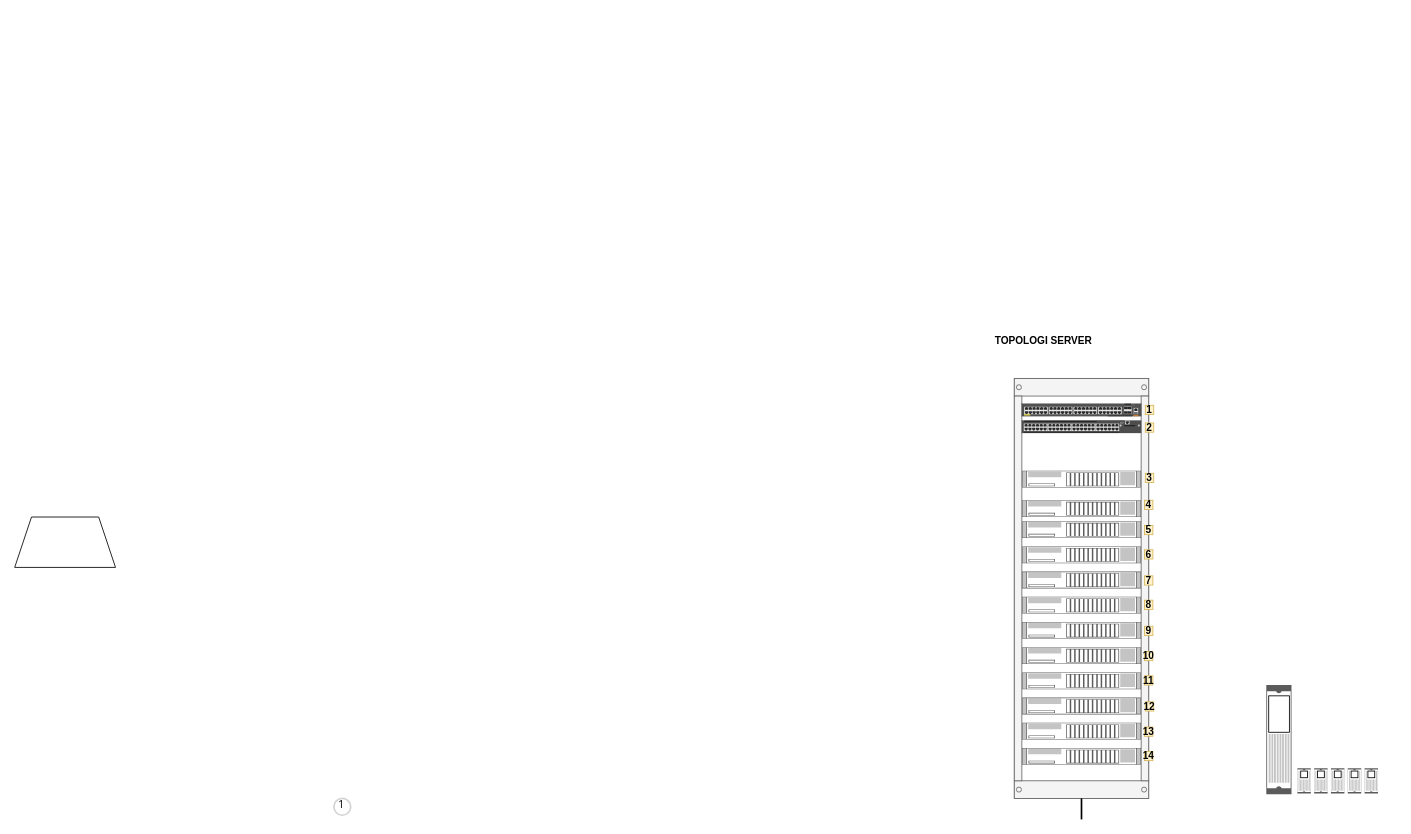
Before: bagan jaringan server.drawio in komandan/dupak, a draw.io diagram. Source tidied: cells renumbered, new cells numbered last; positions are measured from the earlier drawing's top-left corner, leaving out a move shared by most shapes. Both pictures are drawn from the tidied source at 84%, with x=0, y=0 at pixel (14, 328). Pictures stored in the file or linked from it are replaced by grey dashed boxes.
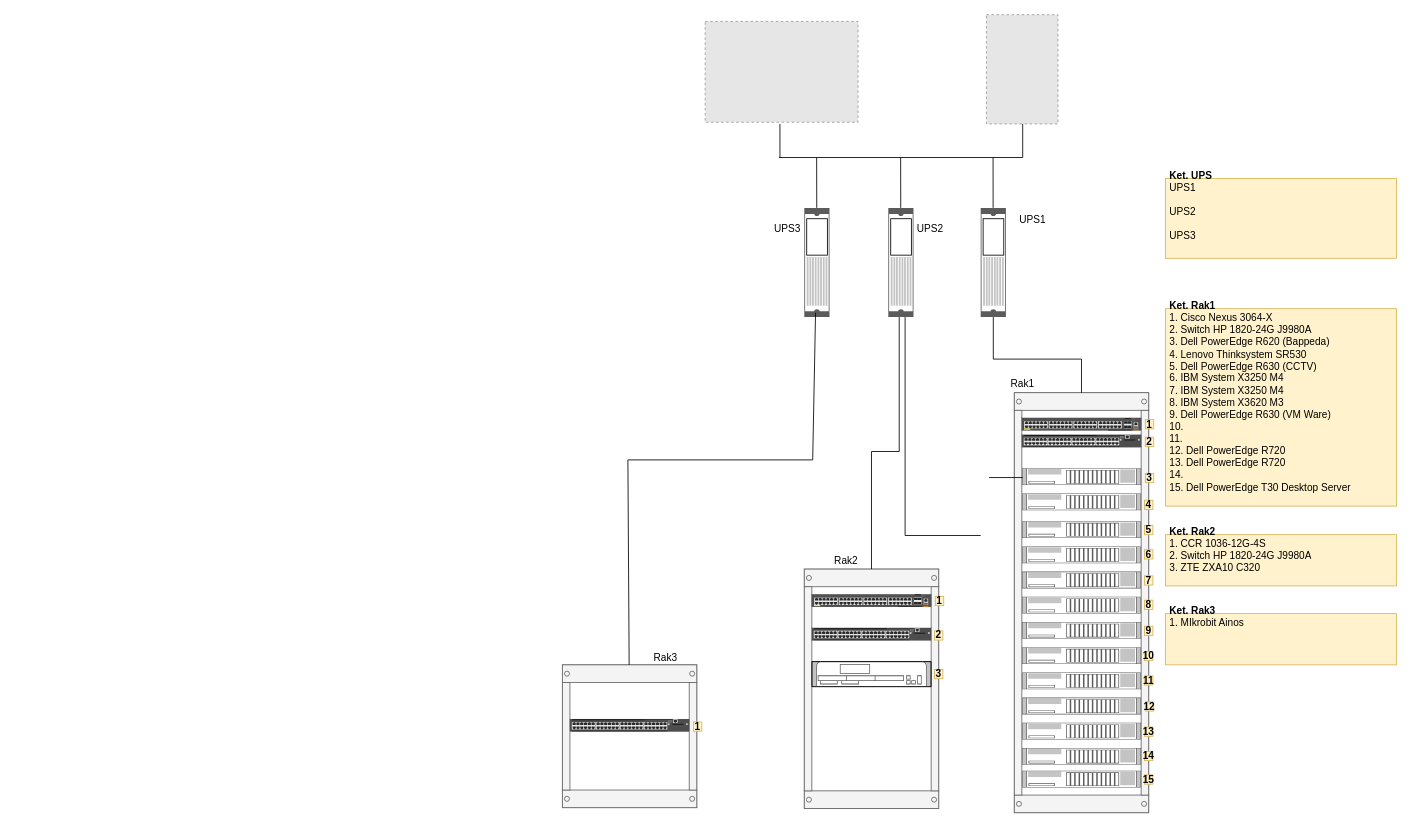
After the change.

The edit, as a diff of the source:
```diff
@@
-    <mxCell id="2" value="TOPOLOGI SERVER " style="text;html=1;strokeColor=none;fillColor=none;align=center;verticalAlign=middle;whiteSpace=wrap;rounded=0;fontStyle=1;" parent="1" vertex="1">
-      <mxGeometry x="1140" width="170" height="30" as="geometry" />
-    </mxCell>
     <mxCell id="3" style="strokeColor=#666666;html=1;verticalLabelPosition=bottom;labelBackgroundColor=#ffffff;verticalAlign=top;outlineConnect=0;shadow=0;dashed=0;shape=mxgraph.rackGeneral.container;allowGaps=1;textColor=#666666;numDisp=off;" parent="1" vertex="1">
-      <mxGeometry x="1190" y="60" width="160" height="500" as="geometry" />
+      <mxGeometry x="1190" y="77" width="160" height="500" as="geometry" />
     </mxCell>
@@
+    <mxCell id="7" style="html=1;verticalLabelPosition=bottom;verticalAlign=top;shadow=0;dashed=0;shape=mxgraph.rack.hpe_aruba.switches.jl072a_hpe_aruba_3810m_48_port_gt_1_slot_switch;" parent="3" vertex="1">
+      <mxGeometry x="9" y="50" width="142" height="15" as="geometry" />
+    </mxCell>
     <mxCell id="5" style="shape=mxgraph.rack.ibm.ibm_x3750;html=1;labelPosition=right;align=left;spacingLeft=15;dashed=0;shadow=0;fillColor=#ffffff;" parent="3" vertex="1">
-      <mxGeometry x="9" y="110" width="142" height="20" as="geometry" />
+      <mxGeometry x="9" y="90" width="142" height="20" as="geometry" />
     </mxCell>
     <mxCell id="6" style="shape=mxgraph.rack.ibm.ibm_x3750;html=1;labelPosition=right;align=left;spacingLeft=15;dashed=0;shadow=0;fillColor=#ffffff;" parent="3" vertex="1">
-      <mxGeometry x="9" y="145" width="142" height="20" as="geometry" />
+      <mxGeometry x="9" y="120" width="142" height="20" as="geometry" />
     </mxCell>
-    <mxCell id="7" style="html=1;verticalLabelPosition=bottom;verticalAlign=top;shadow=0;dashed=0;shape=mxgraph.rack.hpe_aruba.switches.jl072a_hpe_aruba_3810m_48_port_gt_1_slot_switch;" parent="3" vertex="1">
-      <mxGeometry x="9" y="50" width="142" height="15" as="geometry" />
-    </mxCell>
     <mxCell id="8" style="shape=mxgraph.rack.ibm.ibm_x3750;html=1;labelPosition=right;align=left;spacingLeft=15;dashed=0;shadow=0;fillColor=#ffffff;" parent="3" vertex="1">
-      <mxGeometry x="9" y="170" width="142" height="20" as="geometry" />
+      <mxGeometry x="9" y="153" width="142" height="20" as="geometry" />
     </mxCell>
     <mxCell id="9" style="shape=mxgraph.rack.ibm.ibm_x3750;html=1;labelPosition=right;align=left;spacingLeft=15;dashed=0;shadow=0;fillColor=#ffffff;" parent="3" vertex="1">
-      <mxGeometry x="9" y="200" width="142" height="20" as="geometry" />
+      <mxGeometry x="9" y="183" width="142" height="20" as="geometry" />
     </mxCell>
     <mxCell id="10" style="shape=mxgraph.rack.ibm.ibm_x3750;html=1;labelPosition=right;align=left;spacingLeft=15;dashed=0;shadow=0;fillColor=#ffffff;" parent="3" vertex="1">
-      <mxGeometry x="9" y="230" width="142" height="20" as="geometry" />
+      <mxGeometry x="9" y="213" width="142" height="20" as="geometry" />
     </mxCell>
     <mxCell id="11" style="shape=mxgraph.rack.ibm.ibm_x3750;html=1;labelPosition=right;align=left;spacingLeft=15;dashed=0;shadow=0;fillColor=#ffffff;" parent="3" vertex="1">
-      <mxGeometry x="9" y="260" width="142" height="20" as="geometry" />
+      <mxGeometry x="9" y="243" width="142" height="20" as="geometry" />
     </mxCell>
     <mxCell id="12" style="shape=mxgraph.rack.ibm.ibm_x3750;html=1;labelPosition=right;align=left;spacingLeft=15;dashed=0;shadow=0;fillColor=#ffffff;" parent="3" vertex="1">
-      <mxGeometry x="9" y="290" width="142" height="20" as="geometry" />
+      <mxGeometry x="9" y="273" width="142" height="20" as="geometry" />
     </mxCell>
     <mxCell id="13" style="shape=mxgraph.rack.ibm.ibm_x3750;html=1;labelPosition=right;align=left;spacingLeft=15;dashed=0;shadow=0;fillColor=#ffffff;" parent="3" vertex="1">
-      <mxGeometry x="9" y="320" width="142" height="20" as="geometry" />
+      <mxGeometry x="9" y="303" width="142" height="20" as="geometry" />
     </mxCell>
     <mxCell id="14" style="shape=mxgraph.rack.ibm.ibm_x3750;html=1;labelPosition=right;align=left;spacingLeft=15;dashed=0;shadow=0;fillColor=#ffffff;" parent="3" vertex="1">
-      <mxGeometry x="9" y="350" width="142" height="20" as="geometry" />
+      <mxGeometry x="9" y="333" width="142" height="20" as="geometry" />
     </mxCell>
     <mxCell id="15" style="shape=mxgraph.rack.ibm.ibm_x3750;html=1;labelPosition=right;align=left;spacingLeft=15;dashed=0;shadow=0;fillColor=#ffffff;" parent="3" vertex="1">
-      <mxGeometry x="9" y="380" width="142" height="20" as="geometry" />
+      <mxGeometry x="9" y="363" width="142" height="20" as="geometry" />
     </mxCell>
     <mxCell id="16" style="shape=mxgraph.rack.ibm.ibm_x3750;html=1;labelPosition=right;align=left;spacingLeft=15;dashed=0;shadow=0;fillColor=#ffffff;" parent="3" vertex="1">
-      <mxGeometry x="9" y="410" width="142" height="20" as="geometry" />
+      <mxGeometry x="9" y="393" width="142" height="20" as="geometry" />
     </mxCell>
     <mxCell id="17" style="shape=mxgraph.rack.ibm.ibm_x3750;html=1;labelPosition=right;align=left;spacingLeft=15;dashed=0;shadow=0;fillColor=#ffffff;" parent="3" vertex="1">
-      <mxGeometry x="9" y="440" width="142" height="20" as="geometry" />
+      <mxGeometry x="9" y="423" width="142" height="20" as="geometry" />
     </mxCell>
+    <mxCell id="41" style="shape=mxgraph.rack.ibm.ibm_x3750;html=1;labelPosition=right;align=left;spacingLeft=15;dashed=0;shadow=0;fillColor=#ffffff;" parent="3" vertex="1">
+      <mxGeometry x="9" y="450" width="142" height="20" as="geometry" />
+    </mxCell>
     <mxCell id="18" value="1" style="text;html=1;strokeColor=#d6b656;fillColor=#fff2cc;align=center;verticalAlign=middle;whiteSpace=wrap;rounded=0;fontStyle=1;" parent="1" vertex="1">
-      <mxGeometry x="1346" y="92" width="10" height="11" as="geometry" />
+      <mxGeometry x="1346" y="109" width="10" height="11" as="geometry" />
     </mxCell>
     <mxCell id="19" value="&lt;div&gt;2&lt;/div&gt;" style="text;html=1;strokeColor=#d6b656;fillColor=#fff2cc;align=center;verticalAlign=middle;whiteSpace=wrap;rounded=0;fontStyle=1;" parent="1" vertex="1">
-      <mxGeometry x="1346" y="113" width="10" height="11" as="geometry" />
+      <mxGeometry x="1346" y="130" width="10" height="11" as="geometry" />
     </mxCell>
@@
-    <mxCell id="32" value="1" style="ellipse;whiteSpace=wrap;html=1;strokeWidth=2;fontFamily=Tahoma;spacingBottom=4;spacingRight=2;strokeColor=#d3d3d3;" parent="1" vertex="1">
-      <mxGeometry x="380" y="560" width="20" height="20" as="geometry" />
-    </mxCell>
     <mxCell id="33" style="shape=mxgraph.rack.apc.apc_smart_ups_1000-3000_va_2u;html=1;labelPosition=right;align=left;spacingLeft=15;dashed=0;shadow=0;fillColor=#ffffff;rotation=-90;" parent="1" vertex="1">
-      <mxGeometry x="1440" y="475" width="130" height="30" as="geometry" />
+      <mxGeometry x="1100" y="-93" width="130" height="30" as="geometry" />
     </mxCell>
-    <mxCell id="34" style="shape=mxgraph.rack.apc.apc_smart_ups_5000_va_5u;html=1;labelPosition=right;align=left;spacingLeft=15;dashed=0;shadow=0;fillColor=#ffffff;rotation=-90;" parent="1" vertex="1">
-      <mxGeometry x="1520" y="531" width="30" height="16" as="geometry" />
-    </mxCell>
-    <mxCell id="35" style="shape=mxgraph.rack.apc.apc_smart_ups_5000_va_5u;html=1;labelPosition=right;align=left;spacingLeft=15;dashed=0;shadow=0;fillColor=#ffffff;rotation=-90;" parent="1" vertex="1">
-      <mxGeometry x="1540" y="531" width="30" height="16" as="geometry" />
-    </mxCell>
-    <mxCell id="36" style="shape=mxgraph.rack.apc.apc_smart_ups_5000_va_5u;html=1;labelPosition=right;align=left;spacingLeft=15;dashed=0;shadow=0;fillColor=#ffffff;rotation=-90;" parent="1" vertex="1">
-      <mxGeometry x="1560" y="531" width="30" height="16" as="geometry" />
-    </mxCell>
-    <mxCell id="37" style="shape=mxgraph.rack.apc.apc_smart_ups_5000_va_5u;html=1;labelPosition=right;align=left;spacingLeft=15;dashed=0;shadow=0;fillColor=#ffffff;rotation=-90;" parent="1" vertex="1">
-      <mxGeometry x="1580" y="531" width="30" height="16" as="geometry" />
-    </mxCell>
-    <mxCell id="38" style="shape=mxgraph.rack.apc.apc_smart_ups_5000_va_5u;html=1;labelPosition=right;align=left;spacingLeft=15;dashed=0;shadow=0;fillColor=#ffffff;rotation=-90;" parent="1" vertex="1">
-      <mxGeometry x="1600" y="531" width="30" height="16" as="geometry" />
-    </mxCell>
-    <mxCell id="39" style="line;strokeWidth=2;html=1;rotation=90;" parent="1" vertex="1">
-      <mxGeometry x="1257.5" y="567.5" width="25" height="10" as="geometry" />
-    </mxCell>
-    <mxCell id="40" style="shape=trapezoid;perimeter=trapezoidPerimeter;whiteSpace=wrap;html=1;fixedSize=1;" parent="1" vertex="1">
-      <mxGeometry y="225" width="120" height="60" as="geometry" />
-    </mxCell>
+    <mxCell id="42" style="strokeColor=#666666;html=1;verticalLabelPosition=bottom;labelBackgroundColor=#ffffff;verticalAlign=top;outlineConnect=0;shadow=0;dashed=0;shape=mxgraph.rackGeneral.container;allowGaps=1;textColor=#666666;numDisp=off;" parent="1" vertex="1">
+      <mxGeometry x="940" y="287" width="160" height="285" as="geometry" />
+    </mxCell>
+    <mxCell id="43" style="html=1;verticalLabelPosition=bottom;verticalAlign=top;shadow=0;dashed=0;shape=mxgraph.rack.hpe_aruba.switches.jl728a_aruba_6200f_48_port_1gbe_class_4_poe_and_4_port_sfpplus_740w_switch;" parent="42" vertex="1">
+      <mxGeometry x="9" y="30" width="142" height="15" as="geometry" />
+    </mxCell>
+    <mxCell id="44" style="html=1;verticalLabelPosition=bottom;verticalAlign=top;shadow=0;dashed=0;shape=mxgraph.rack.hpe_aruba.switches.jl072a_hpe_aruba_3810m_48_port_gt_1_slot_switch;" parent="42" vertex="1">
+      <mxGeometry x="9" y="70" width="142" height="15" as="geometry" />
+    </mxCell>
+    <mxCell id="45" style="shape=mxgraph.rack.cisco.cisco_1941_series_integrated_services_router;html=1;labelPosition=right;align=left;spacingLeft=15;dashed=0;shadow=0;fillColor=#ffffff;" parent="42" vertex="1">
+      <mxGeometry x="9" y="110" width="142" height="30" as="geometry" />
+    </mxCell>
+    <mxCell id="46" style="strokeColor=#666666;html=1;verticalLabelPosition=bottom;labelBackgroundColor=#ffffff;verticalAlign=top;outlineConnect=0;shadow=0;dashed=0;shape=mxgraph.rackGeneral.container;allowGaps=1;textColor=#666666;numDisp=off;" parent="1" vertex="1">
+      <mxGeometry x="652" y="401" width="160" height="170" as="geometry" />
+    </mxCell>
+    <mxCell id="47" style="html=1;verticalLabelPosition=bottom;verticalAlign=top;shadow=0;dashed=0;shape=mxgraph.rack.hpe_aruba.switches.jl072a_hpe_aruba_3810m_48_port_gt_1_slot_switch;" parent="46" vertex="1">
+      <mxGeometry x="9" y="64.5" width="142" height="15" as="geometry" />
+    </mxCell>
+    <mxCell id="48" style="shape=mxgraph.rack.apc.apc_smart_ups_1000-3000_va_2u;html=1;labelPosition=right;align=left;spacingLeft=15;dashed=0;shadow=0;rotation=-90;" parent="1" vertex="1">
+      <mxGeometry x="990" y="-93" width="130" height="30" as="geometry" />
+    </mxCell>
+    <mxCell id="49" style="shape=mxgraph.rack.apc.apc_smart_ups_1000-3000_va_2u;html=1;labelPosition=right;align=left;spacingLeft=15;dashed=0;shadow=0;fillColor=#ffffff;rotation=-90;" parent="1" vertex="1">
+      <mxGeometry x="890" y="-93" width="130" height="30" as="geometry" />
+    </mxCell>
+    <mxCell id="50" style="fillColor=#E6E6E6;strokeColor=#999999;dashed=1;verticalLabelPosition=bottom;labelBackgroundColor=#ffffff;verticalAlign=top;" parent="1" vertex="1">
+      <mxGeometry x="822" y="-365" width="182" height="120" as="geometry" />
+    </mxCell>
+    <mxCell id="51" style="fillColor=#E6E6E6;strokeColor=#999999;dashed=1;verticalLabelPosition=bottom;labelBackgroundColor=#ffffff;verticalAlign=top;" parent="1" vertex="1">
+      <mxGeometry x="1156.8" y="-373" width="85.2" height="130" as="geometry" />
+    </mxCell>
+    <mxCell id="52" style="endArrow=none;html=1;rounded=0;" parent="1" edge="1">
+      <mxGeometry relative="1" as="geometry">
+        <mxPoint x="910" y="-203" as="sourcePoint" />
+        <mxPoint x="1200" y="-203" as="targetPoint" />
+      </mxGeometry>
+    </mxCell>
+    <mxCell id="53" style="endArrow=none;html=1;rounded=0;exitX=0.5;exitY=1;exitDx=0;exitDy=0;" parent="1" edge="1">
+      <mxGeometry relative="1" as="geometry">
+        <mxPoint x="911" y="-243" as="sourcePoint" />
+        <mxPoint x="911" y="-203" as="targetPoint" />
+      </mxGeometry>
+    </mxCell>
+    <mxCell id="54" style="endArrow=none;html=1;rounded=0;exitX=0.5;exitY=1;exitDx=0;exitDy=0;" parent="1" edge="1">
+      <mxGeometry relative="1" as="geometry">
+        <mxPoint x="1200" y="-243" as="sourcePoint" />
+        <mxPoint x="1200" y="-203" as="targetPoint" />
+      </mxGeometry>
+    </mxCell>
+    <mxCell id="55" style="endArrow=none;html=1;rounded=0;exitX=0.5;exitY=1;exitDx=0;exitDy=0;" parent="1" edge="1" target="49">
+      <mxGeometry relative="1" as="geometry">
+        <mxPoint x="954.7" y="-203" as="sourcePoint" />
+      </mxGeometry>
+    </mxCell>
+    <mxCell id="56" style="endArrow=none;html=1;rounded=0;exitX=0.5;exitY=1;exitDx=0;exitDy=0;" parent="1" edge="1">
+      <mxGeometry relative="1" as="geometry">
+        <mxPoint x="1054.7" y="-203" as="sourcePoint" />
+        <mxPoint x="1054.8" y="-143" as="targetPoint" />
+      </mxGeometry>
+    </mxCell>
+    <mxCell id="57" style="endArrow=none;html=1;rounded=0;exitX=0.5;exitY=1;exitDx=0;exitDy=0;" parent="1" edge="1">
+      <mxGeometry relative="1" as="geometry">
+        <mxPoint x="1164.7" y="-203" as="sourcePoint" />
+        <mxPoint x="1164.8" y="-143" as="targetPoint" />
+      </mxGeometry>
+    </mxCell>
+    <mxCell id="58" style="endArrow=none;html=1;rounded=0;" parent="1" edge="1" source="3">
+      <mxGeometry relative="1" as="geometry">
+        <mxPoint x="1165" y="-13" as="targetPoint" />
+        <Array as="points">
+          <mxPoint x="1270" y="37" />
+          <mxPoint x="1165" y="37" />
+        </Array>
+      </mxGeometry>
+    </mxCell>
+    <mxCell id="59" style="endArrow=none;html=1;rounded=0;" parent="1" edge="1" source="42">
+      <mxGeometry relative="1" as="geometry">
+        <mxPoint x="1053" y="-13" as="targetPoint" />
+        <Array as="points">
+          <mxPoint x="1020" y="147" />
+          <mxPoint x="1053" y="147" />
+        </Array>
+      </mxGeometry>
+    </mxCell>
+    <mxCell id="60" value="UPS1" style="text;html=1;strokeColor=none;fillColor=none;align=center;verticalAlign=middle;whiteSpace=wrap;rounded=0;" parent="1" vertex="1">
+      <mxGeometry x="1182" y="-143" width="60" height="30" as="geometry" />
+    </mxCell>
+    <mxCell id="61" value="UPS2" style="text;html=1;strokeColor=none;fillColor=none;align=center;verticalAlign=middle;whiteSpace=wrap;rounded=0;" parent="1" vertex="1">
+      <mxGeometry x="1060" y="-133" width="60" height="30" as="geometry" />
+    </mxCell>
+    <mxCell id="62" style="endArrow=none;html=1;rounded=0;entryX=-0.006;entryY=0.447;entryDx=0;entryDy=0;entryPerimeter=0;" parent="1" edge="1" source="46">
+      <mxGeometry relative="1" as="geometry">
+        <mxPoint x="953.4" y="-18.2" as="targetPoint" />
+        <Array as="points">
+          <mxPoint x="730" y="157" />
+          <mxPoint x="950" y="157" />
+        </Array>
+      </mxGeometry>
+    </mxCell>
+    <mxCell id="63" value="UPS3" style="text;html=1;strokeColor=none;fillColor=none;align=center;verticalAlign=middle;whiteSpace=wrap;rounded=0;" parent="1" vertex="1">
+      <mxGeometry x="890" y="-133" width="60" height="30" as="geometry" />
+    </mxCell>
+    <mxCell id="64" value="&lt;div&gt;&lt;b&gt;Ket. UPS&lt;br&gt;&lt;/b&gt;&lt;/div&gt;&lt;div&gt;UPS1&lt;/div&gt;&lt;div&gt;&lt;br&gt;&lt;/div&gt;&lt;div&gt;UPS2&lt;/div&gt;&lt;div&gt;&lt;br&gt;&lt;/div&gt;&lt;div&gt;UPS3&lt;/div&gt;&lt;div&gt;&lt;br&gt;&lt;/div&gt;" style="text;html=1;strokeColor=#d6b656;fillColor=#fff2cc;spacing=5;spacingTop=-20;whiteSpace=wrap;overflow=hidden;rounded=0;" parent="1" vertex="1">
+      <mxGeometry x="1370" y="-178" width="275" height="95" as="geometry" />
+    </mxCell>
+    <mxCell id="65" value="Rak1" style="text;html=1;strokeColor=none;fillColor=none;align=center;verticalAlign=middle;whiteSpace=wrap;rounded=0;" parent="1" vertex="1">
+      <mxGeometry x="1170" y="52" width="60" height="30" as="geometry" />
+    </mxCell>
+    <mxCell id="66" value="Rak2" style="text;html=1;strokeColor=none;fillColor=none;align=center;verticalAlign=middle;whiteSpace=wrap;rounded=0;" parent="1" vertex="1">
+      <mxGeometry x="960" y="263" width="60" height="30" as="geometry" />
+    </mxCell>
+    <mxCell id="67" value="Rak3" style="text;html=1;strokeColor=none;fillColor=none;align=center;verticalAlign=middle;whiteSpace=wrap;rounded=0;" parent="1" vertex="1">
+      <mxGeometry x="745" y="378" width="60" height="30" as="geometry" />
+    </mxCell>
+    <mxCell id="68" value="&lt;div&gt;&lt;b&gt;Ket. Rak1&lt;br&gt;&lt;/b&gt;&lt;/div&gt;&lt;div&gt;1. Cisco Nexus 3064-X&lt;/div&gt;&lt;div&gt;2. Switch HP 1820-24G J9980A&lt;/div&gt;&lt;div&gt;3. Dell PowerEdge R620 (Bappeda)&lt;br&gt;&lt;/div&gt;&lt;div&gt;4. Lenovo Thinksystem SR530&amp;nbsp;&lt;/div&gt;&lt;div&gt;5. Dell PowerEdge R630 (CCTV)&lt;/div&gt;&lt;div&gt;6. IBM System X3250 M4&lt;/div&gt;&lt;div&gt;7. IBM System X3250 M4&lt;/div&gt;&lt;div&gt;8. IBM System X3620 M3&lt;br&gt;&lt;/div&gt;&lt;div&gt;9. Dell PowerEdge R630 (VM Ware)&lt;/div&gt;&lt;div&gt;10.&lt;/div&gt;&lt;div&gt;11.&lt;/div&gt;&lt;div&gt;12. Dell PowerEdge R720&lt;/div&gt;&lt;div&gt;13. Dell PowerEdge R720&lt;/div&gt;&lt;div&gt;14. &lt;br&gt;&lt;/div&gt;&lt;div&gt;15. Dell PowerEdge T30 Desktop Server&lt;br&gt;&lt;/div&gt;" style="text;html=1;strokeColor=#d6b656;fillColor=#fff2cc;spacing=5;spacingTop=-20;whiteSpace=wrap;overflow=hidden;rounded=0;" parent="1" vertex="1">
+      <mxGeometry x="1370" y="-23" width="275" height="235" as="geometry" />
+    </mxCell>
+    <mxCell id="69" value="15" style="text;html=1;strokeColor=#d6b656;fillColor=#fff2cc;align=center;verticalAlign=middle;whiteSpace=wrap;rounded=0;fontStyle=1;" parent="1" vertex="1">
+      <mxGeometry x="1345" y="532" width="10" height="11" as="geometry" />
+    </mxCell>
+    <mxCell id="70" value="&lt;div&gt;&lt;b&gt;Ket. Rak2&lt;br&gt;&lt;/b&gt;&lt;/div&gt;&lt;div&gt;1. CCR 1036-12G-4S&lt;/div&gt;&lt;div&gt;2. Switch HP 1820-24G J9980A&lt;/div&gt;&lt;div&gt;3. ZTE ZXA10 C320&lt;br&gt;&lt;/div&gt;" style="text;html=1;strokeColor=#d6b656;fillColor=#fff2cc;spacing=5;spacingTop=-20;whiteSpace=wrap;overflow=hidden;rounded=0;" parent="1" vertex="1">
+      <mxGeometry x="1370" y="246" width="275" height="61" as="geometry" />
+    </mxCell>
+    <mxCell id="71" value="1" style="text;html=1;strokeColor=#d6b656;fillColor=#fff2cc;align=center;verticalAlign=middle;whiteSpace=wrap;rounded=0;fontStyle=1;" parent="1" vertex="1">
+      <mxGeometry x="1096" y="319.5" width="10" height="11" as="geometry" />
+    </mxCell>
+    <mxCell id="72" value="2" style="text;html=1;strokeColor=#d6b656;fillColor=#fff2cc;align=center;verticalAlign=middle;whiteSpace=wrap;rounded=0;fontStyle=1;" parent="1" vertex="1">
+      <mxGeometry x="1095" y="360.5" width="10" height="11" as="geometry" />
+    </mxCell>
+    <mxCell id="73" value="3" style="text;html=1;strokeColor=#d6b656;fillColor=#fff2cc;align=center;verticalAlign=middle;whiteSpace=wrap;rounded=0;fontStyle=1;" parent="1" vertex="1">
+      <mxGeometry x="1095" y="406.5" width="10" height="11" as="geometry" />
+    </mxCell>
+    <mxCell id="74" value="&lt;div&gt;&lt;b&gt;Ket. Rak3&lt;br&gt;&lt;/b&gt;&lt;/div&gt;&lt;div&gt;1. MIkrobit Ainos&lt;/div&gt;&lt;div&gt;&lt;br&gt;&lt;/div&gt;" style="text;html=1;strokeColor=#d6b656;fillColor=#fff2cc;spacing=5;spacingTop=-20;whiteSpace=wrap;overflow=hidden;rounded=0;" parent="1" vertex="1">
+      <mxGeometry x="1370" y="340" width="275" height="61" as="geometry" />
+    </mxCell>
+    <mxCell id="75" value="1" style="text;html=1;strokeColor=#d6b656;fillColor=#fff2cc;align=center;verticalAlign=middle;whiteSpace=wrap;rounded=0;fontStyle=1;" parent="1" vertex="1">
+      <mxGeometry x="808" y="469" width="10" height="11" as="geometry" />
+    </mxCell>
+    <mxCell id="76" style="endArrow=none;html=1;rounded=0;entryX=0;entryY=0.667;entryDx=0;entryDy=0;entryPerimeter=0;" parent="1" edge="1" target="48">
+      <mxGeometry relative="1" as="geometry">
+        <mxPoint x="1060" y="247" as="sourcePoint" />
+      </mxGeometry>
+    </mxCell>
+    <mxCell id="77" style="endArrow=none;html=1;rounded=0;" parent="1" edge="1">
+      <mxGeometry relative="1" as="geometry">
+        <mxPoint x="1060" y="247" as="sourcePoint" />
+        <mxPoint x="1150" y="247" as="targetPoint" />
+      </mxGeometry>
+    </mxCell>
+    <mxCell id="78" style="endArrow=none;html=1;rounded=0;" parent="1" edge="1">
+      <mxGeometry relative="1" as="geometry">
+        <mxPoint x="1160" y="178" as="sourcePoint" />
+        <mxPoint x="1200" y="178" as="targetPoint" />
+      </mxGeometry>
+    </mxCell>
```
